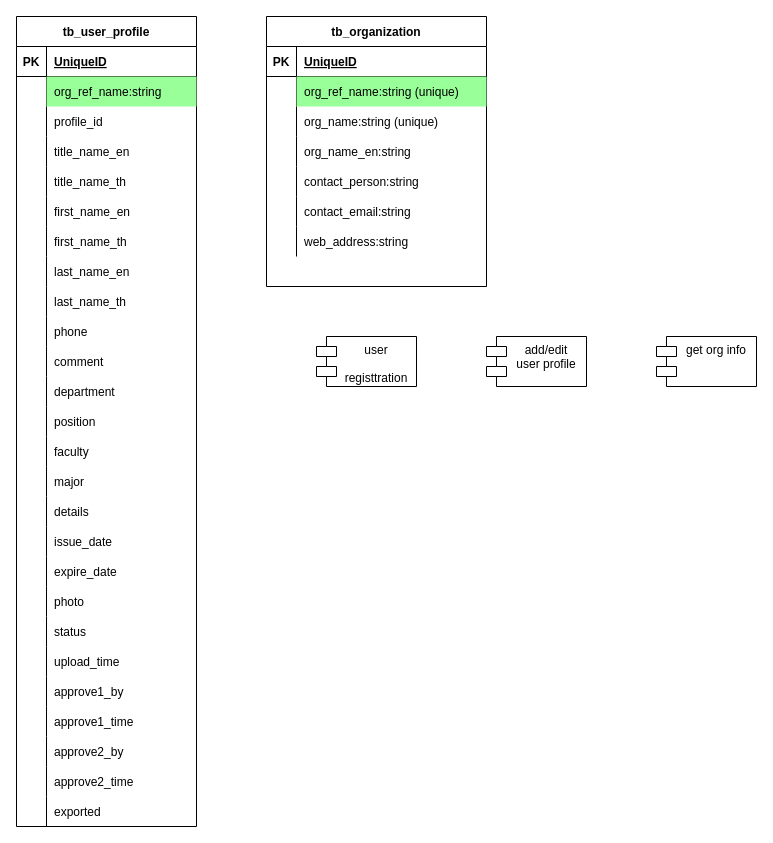
Earlier version of the draw.io diagram page "Photo management" (3 of 4) of SmartPhotoID.drawio (delphihero/MyDocument). Source tidied: cells renumbered, new cells numbered last; positions are measured from the earlier drawing's top-left corner, leaving out a move shared by most shapes. Both pictures are drawn from the tidied source at 100%, with x=0, y=0 at pixel (16, 16).
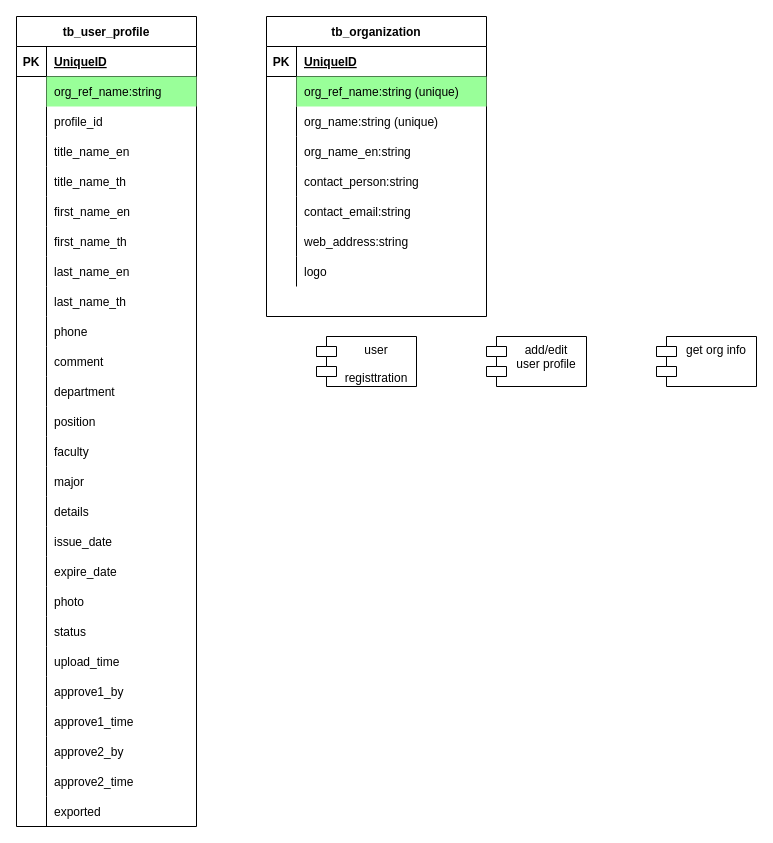
Above is the later version.

What changed in the source:
```diff
@@
     <mxCell id="2" value="tb_organization" style="shape=table;startSize=30;childLayout=tableLayout;rowLines=0;fontStyle=1;align=center;rounded=0;shadow=0;glass=0;sketch=0;fillColor=#FFFFFF;" parent="1" vertex="1">
-      <mxGeometry x="250" width="220" height="270" as="geometry" />
+      <mxGeometry x="250" width="220" height="300" as="geometry" />
     </mxCell>
@@
+    <mxCell id="106" style="shape=partialRectangle;fillColor=none;top=0;left=0;bottom=0;right=0;" parent="2" vertex="1">
+      <mxGeometry y="240" width="220" height="30" as="geometry" />
+    </mxCell>
+    <mxCell id="107" style="shape=partialRectangle;fillColor=none;top=0;left=0;bottom=0;right=0;overflow=hidden;" parent="106" vertex="1">
+      <mxGeometry width="30" height="30" as="geometry" />
+    </mxCell>
+    <mxCell id="108" value="logo" style="shape=partialRectangle;fillColor=none;top=0;left=0;bottom=0;right=0;align=left;spacingLeft=6;overflow=hidden;" parent="106" vertex="1">
+      <mxGeometry x="30" width="190" height="30" as="geometry" />
+    </mxCell>
```
